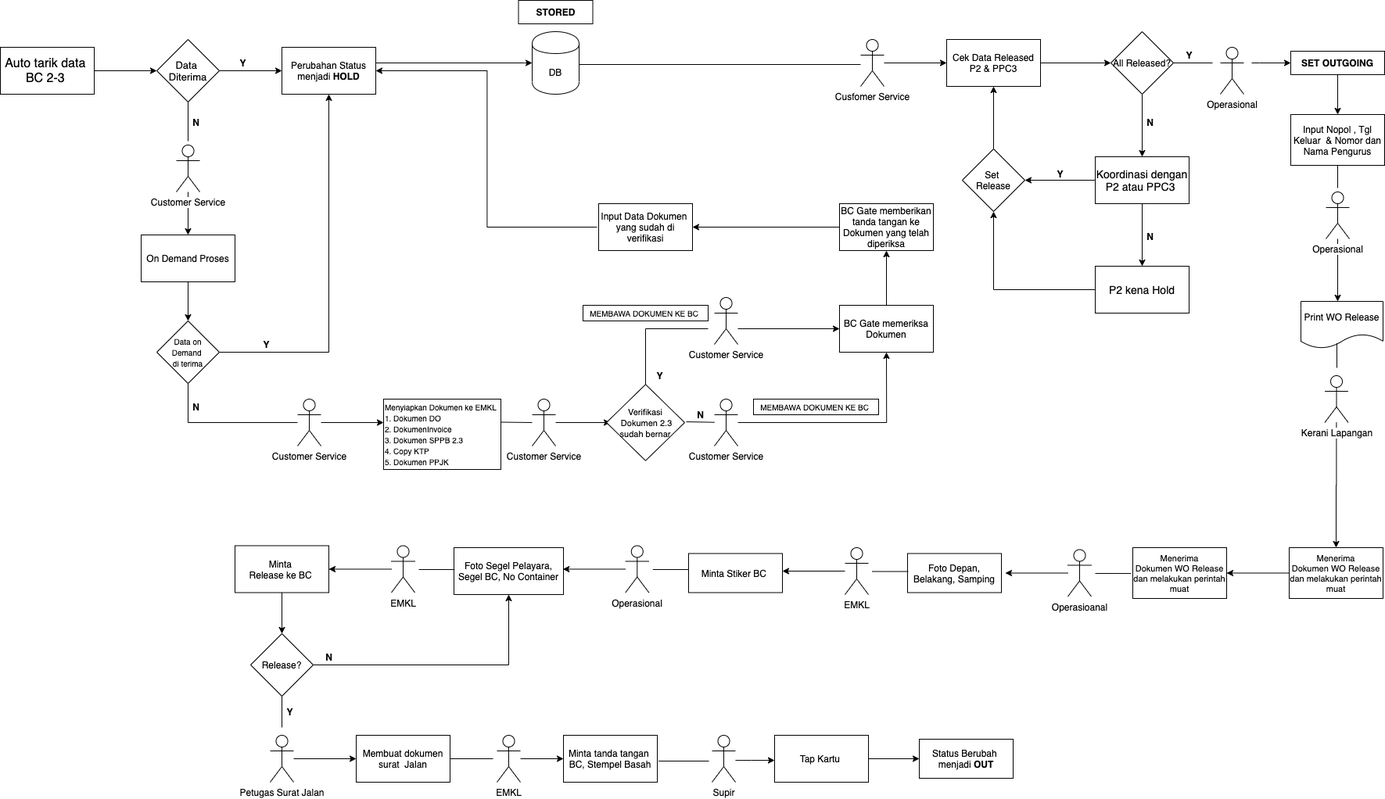
sftmm/User-Manual keeps this draw.io diagram as img/fcl23.png. Above is the earlier version. Source tidied: cells renumbered, new cells last; positions are measured from the earlier drawing's top-left corner, leaving out a move shared by most shapes.
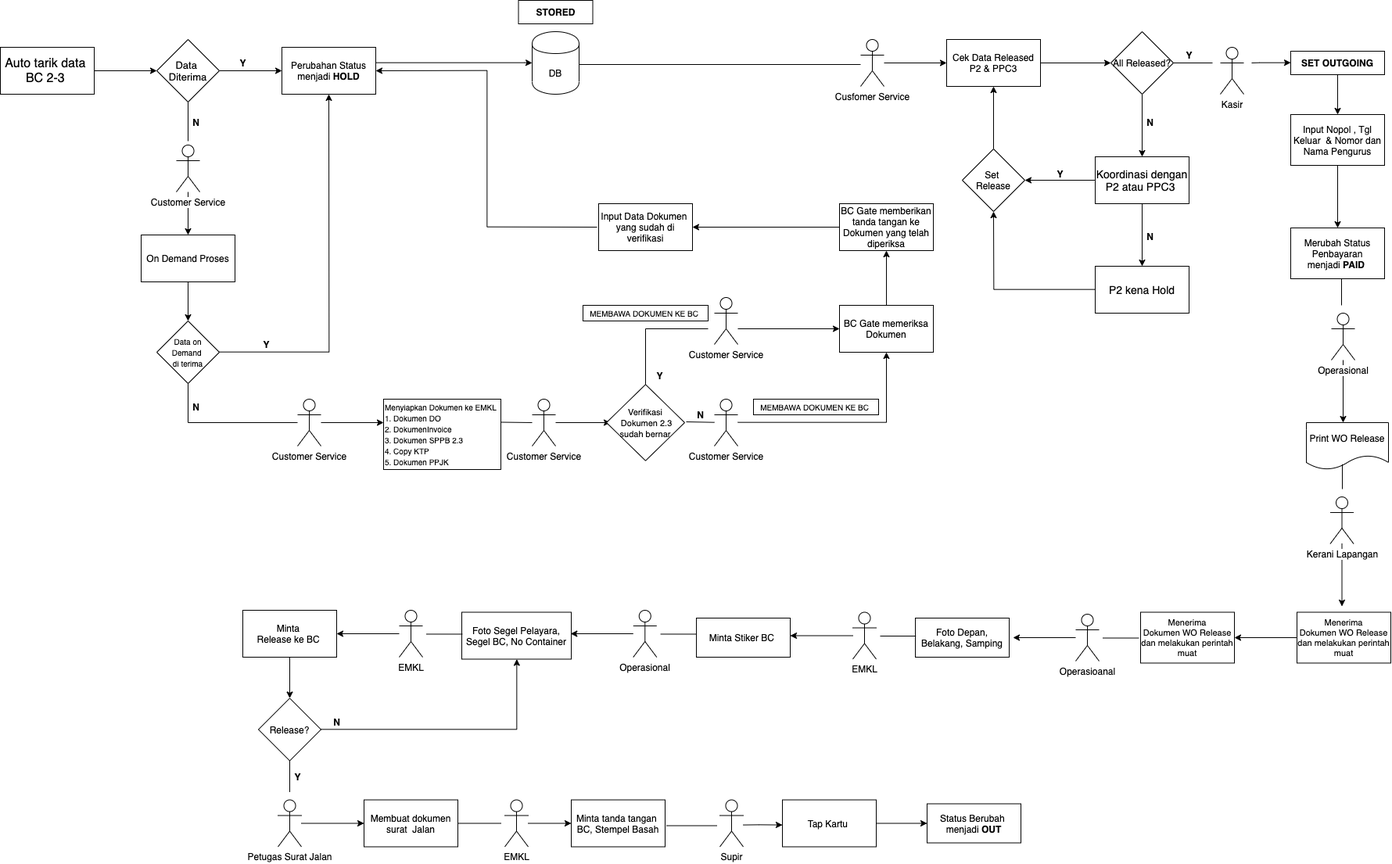
The same diagram one commit later.

Change to the diagram source:
```diff
@@ -155,15 +155,23 @@
         <mxPoint x="1550" y="80" as="targetPoint" />
       </mxGeometry>
     </mxCell>
-    <mxCell id="41" style="edgeStyle=orthogonalEdgeStyle;rounded=0;jettySize=auto;html=1;" parent="1" edge="1" source="42" target="63">
-      <mxGeometry relative="1" as="geometry" />
-    </mxCell>
+    <mxCell id="116" style="edgeStyle=orthogonalEdgeStyle;rounded=0;jettySize=auto;html=1;" parent="1" edge="1" source="42">
+      <mxGeometry relative="1" as="geometry">
+        <mxPoint x="1715.5" y="775" as="targetPoint" />
+      </mxGeometry>
+    </mxCell>
     <mxCell id="42" value="Kerani Lapangan" style="shape=umlActor;verticalLabelPosition=bottom;labelBackgroundColor=#ffffff;verticalAlign=top;html=1;outlineConnect=0;" parent="1" vertex="1">
-      <mxGeometry x="1693.5" y="480" width="30" height="60" as="geometry" />
+      <mxGeometry x="1700.5" y="635" width="30" height="60" as="geometry" />
     </mxCell>
+    <mxCell id="117" style="edgeStyle=orthogonalEdgeStyle;rounded=0;jettySize=auto;html=1;" parent="1" edge="1" source="43" target="118">
+      <mxGeometry relative="1" as="geometry" />
+    </mxCell>
     <mxCell id="43" value="&lt;p class=&quot;MsoNormal&quot; align=&quot;center&quot;&gt;Input Nopol , Tgl Keluar&amp;nbsp; &amp;amp; Nomor dan Nama Pengurus&lt;/p&gt;" style="rounded=0;whiteSpace=wrap;html=1;align=center;" parent="1" vertex="1">
       <mxGeometry x="1650" y="146" width="120" height="65" as="geometry" />
     </mxCell>
+    <mxCell id="118" value="&lt;p class=&quot;MsoNormal&quot; align=&quot;center&quot;&gt;Merubah Status Penbayaran menjadi&amp;nbsp;&lt;b&gt;PAID&lt;/b&gt;&amp;nbsp;&lt;br&gt;&lt;/p&gt;" style="rounded=0;whiteSpace=wrap;html=1;align=center;" parent="1" vertex="1">
+      <mxGeometry x="1650" y="291" width="120" height="65" as="geometry" />
+    </mxCell>
     <mxCell id="44" style="edgeStyle=orthogonalEdgeStyle;rounded=0;jettySize=auto;html=1;" parent="1" edge="1" source="45" target="43">
       <mxGeometry relative="1" as="geometry" />
     </mxCell>
@@ -171,19 +179,19 @@
       <mxGeometry x="1650" y="65" width="120" height="30" as="geometry" />
     </mxCell>
     <mxCell id="46" value="&lt;p class=&quot;MsoNormal&quot; align=&quot;center&quot;&gt;Foto Segel Pelayara, Segel BC, No Container&lt;/p&gt;" style="rounded=0;whiteSpace=wrap;html=1;align=center;" parent="1" vertex="1">
-      <mxGeometry x="580" y="700" width="140" height="60" as="geometry" />
+      <mxGeometry x="590" y="782.5" width="140" height="60" as="geometry" />
     </mxCell>
     <mxCell id="47" value="Membuat dokumen surat&amp;nbsp; Jalan" style="rounded=0;whiteSpace=wrap;html=1;align=center;" parent="1" vertex="1">
-      <mxGeometry x="455" y="940" width="120" height="60" as="geometry" />
+      <mxGeometry x="465" y="1022.5" width="120" height="60" as="geometry" />
     </mxCell>
     <mxCell id="48" style="edgeStyle=orthogonalEdgeStyle;rounded=0;jettySize=auto;html=1;" parent="1" edge="1" source="49" target="50">
       <mxGeometry relative="1" as="geometry" />
     </mxCell>
     <mxCell id="49" value="Tap Kartu&amp;nbsp;" style="rounded=0;whiteSpace=wrap;html=1;align=center;" parent="1" vertex="1">
-      <mxGeometry x="990" y="940" width="120" height="60" as="geometry" />
+      <mxGeometry x="1000" y="1022.5" width="120" height="60" as="geometry" />
     </mxCell>
     <mxCell id="50" value="Status Berubah&amp;nbsp;&lt;br&gt;menjadi &lt;b&gt;OUT&lt;/b&gt;" style="rounded=0;whiteSpace=wrap;html=1;align=center;" parent="1" vertex="1">
-      <mxGeometry x="1175" y="945" width="120" height="50" as="geometry" />
+      <mxGeometry x="1185" y="1027.5" width="120" height="50" as="geometry" />
     </mxCell>
     <mxCell id="51" value="&lt;b&gt;Y&lt;/b&gt;" style="text;html=1;align=center;verticalAlign=middle;" parent="1" vertex="1">
       <mxGeometry x="1510" y="60" width="20" height="20" as="geometry" />
@@ -210,7 +218,7 @@
       <mxGeometry x="240" y="146" width="20" height="20" as="geometry" />
     </mxCell>
     <mxCell id="59" value="Print WO Release" style="shape=document;whiteSpace=wrap;html=1;boundedLbl=1;" parent="1" vertex="1">
-      <mxGeometry x="1663" y="385" width="105" height="60" as="geometry" />
+      <mxGeometry x="1670" y="540" width="105" height="60" as="geometry" />
     </mxCell>
     <mxCell id="60" style="edgeStyle=orthogonalEdgeStyle;rounded=0;jettySize=auto;html=1;" parent="1" edge="1" target="45">
       <mxGeometry relative="1" as="geometry">
@@ -221,160 +229,155 @@
         </Array>
       </mxGeometry>
     </mxCell>
-    <mxCell id="61" value="Operasional" style="shape=umlActor;verticalLabelPosition=bottom;labelBackgroundColor=#ffffff;verticalAlign=top;html=1;" parent="1" vertex="1">
+    <mxCell id="61" value="Kasir" style="shape=umlActor;verticalLabelPosition=bottom;labelBackgroundColor=#ffffff;verticalAlign=top;html=1;" parent="1" vertex="1">
       <mxGeometry x="1560" y="60" width="30" height="60" as="geometry" />
     </mxCell>
     <mxCell id="62" style="edgeStyle=orthogonalEdgeStyle;rounded=0;jettySize=auto;html=1;" parent="1" edge="1" source="63" target="64">
       <mxGeometry relative="1" as="geometry" />
     </mxCell>
     <mxCell id="63" value="&lt;p class=&quot;MsoNormal&quot; align=&quot;center&quot; style=&quot;font-size: 11px&quot;&gt;&lt;font style=&quot;font-size: 11px&quot;&gt;Menerima Dokumen&amp;nbsp;&lt;/font&gt;&lt;span&gt;WO Release dan melakukan perintah muat&lt;/span&gt;&lt;/p&gt;" style="rounded=0;whiteSpace=wrap;html=1;align=center;" parent="1" vertex="1">
-      <mxGeometry x="1648" y="700" width="120" height="65" as="geometry" />
+      <mxGeometry x="1658" y="782.5" width="120" height="65" as="geometry" />
     </mxCell>
     <mxCell id="64" value="&lt;p class=&quot;MsoNormal&quot; align=&quot;center&quot; style=&quot;font-size: 11px&quot;&gt;&lt;font style=&quot;font-size: 11px&quot;&gt;Menerima Dokumen&amp;nbsp;&lt;/font&gt;&lt;span&gt;WO Release dan melakukan perintah muat&lt;/span&gt;&lt;/p&gt;" style="rounded=0;whiteSpace=wrap;html=1;align=center;" parent="1" vertex="1">
-      <mxGeometry x="1448" y="700" width="120" height="65" as="geometry" />
+      <mxGeometry x="1458" y="782.5" width="120" height="65" as="geometry" />
     </mxCell>
     <mxCell id="65" style="edgeStyle=orthogonalEdgeStyle;rounded=0;jettySize=auto;html=1;" parent="1" edge="1" source="66">
       <mxGeometry relative="1" as="geometry">
-        <mxPoint x="455" y="970" as="targetPoint" />
+        <mxPoint x="465" y="1052.5" as="targetPoint" />
       </mxGeometry>
     </mxCell>
     <mxCell id="66" value="Petugas Surat Jalan" style="shape=umlActor;verticalLabelPosition=bottom;labelBackgroundColor=#ffffff;verticalAlign=top;html=1;outlineConnect=0;" parent="1" vertex="1">
-      <mxGeometry x="345" y="940" width="30" height="60" as="geometry" />
+      <mxGeometry x="355" y="1022.5" width="30" height="60" as="geometry" />
     </mxCell>
     <mxCell id="67" style="edgeStyle=orthogonalEdgeStyle;rounded=0;jettySize=auto;html=1;" parent="1" edge="1" source="68" target="70">
       <mxGeometry relative="1" as="geometry" />
     </mxCell>
     <mxCell id="68" value="EMKL" style="shape=umlActor;verticalLabelPosition=bottom;labelBackgroundColor=#ffffff;verticalAlign=top;html=1;outlineConnect=0;" parent="1" vertex="1">
-      <mxGeometry x="635" y="940" width="30" height="60" as="geometry" />
+      <mxGeometry x="645" y="1022.5" width="30" height="60" as="geometry" />
     </mxCell>
     <mxCell id="69" style="endArrow=none;html=1;entryX=1;entryY=0.5;entryDx=0;entryDy=0;" parent="1" edge="1" target="47">
       <mxGeometry relative="1" as="geometry">
-        <mxPoint x="630" y="970" as="sourcePoint" />
+        <mxPoint x="640" y="1052.5" as="sourcePoint" />
       </mxGeometry>
     </mxCell>
     <mxCell id="70" value="Minta tanda tangan&amp;nbsp;&lt;br&gt;BC, Stempel Basah" style="rounded=0;whiteSpace=wrap;html=1;align=center;" parent="1" vertex="1">
-      <mxGeometry x="720" y="940" width="120" height="60" as="geometry" />
+      <mxGeometry x="730" y="1022.5" width="120" height="60" as="geometry" />
     </mxCell>
     <mxCell id="71" style="edgeStyle=orthogonalEdgeStyle;rounded=0;jettySize=auto;html=1;" parent="1" edge="1" source="72" target="74">
       <mxGeometry relative="1" as="geometry" />
     </mxCell>
     <mxCell id="72" value="&lt;font style=&quot;font-size: 12px&quot;&gt;&lt;span style=&quot;white-space: normal&quot;&gt;Minta&amp;nbsp;&lt;/span&gt;&lt;br style=&quot;white-space: normal&quot;&gt;&lt;span style=&quot;white-space: normal&quot;&gt;Release&amp;nbsp;&lt;/span&gt;&lt;span style=&quot;white-space: normal&quot;&gt;ke BC&lt;/span&gt;&lt;/font&gt;&lt;span style=&quot;font-size: 10px ; white-space: normal&quot;&gt;&amp;nbsp;&lt;/span&gt;" style="rounded=0;whiteSpace=wrap;html=1;" parent="1" vertex="1">
-      <mxGeometry x="300" y="697.5" width="120" height="60" as="geometry" />
+      <mxGeometry x="310" y="780" width="120" height="60" as="geometry" />
     </mxCell>
     <mxCell id="73" style="edgeStyle=orthogonalEdgeStyle;rounded=0;jettySize=auto;html=1;" parent="1" edge="1" source="74" target="46">
       <mxGeometry relative="1" as="geometry" />
     </mxCell>
     <mxCell id="74" value="Release?" style="rhombus;whiteSpace=wrap;html=1;" parent="1" vertex="1">
-      <mxGeometry x="320" y="810" width="80" height="80" as="geometry" />
+      <mxGeometry x="330" y="892.5" width="80" height="80" as="geometry" />
     </mxCell>
     <mxCell id="75" style="endArrow=none;html=1;entryX=0.5;entryY=1;entryDx=0;entryDy=0;" parent="1" edge="1" target="74">
       <mxGeometry relative="1" as="geometry">
-        <mxPoint x="360" y="930" as="sourcePoint" />
+        <mxPoint x="370" y="1012.5" as="sourcePoint" />
       </mxGeometry>
     </mxCell>
     <mxCell id="76" value="&lt;b&gt;Y&lt;/b&gt;" style="text;html=1;align=center;verticalAlign=middle;" parent="1" vertex="1">
-      <mxGeometry x="360" y="900" width="20" height="20" as="geometry" />
+      <mxGeometry x="370" y="982.5" width="20" height="20" as="geometry" />
     </mxCell>
     <mxCell id="77" value="&lt;b&gt;N&lt;/b&gt;" style="text;html=1;align=center;verticalAlign=middle;" parent="1" vertex="1">
-      <mxGeometry x="410" y="830" width="20" height="20" as="geometry" />
+      <mxGeometry x="420" y="912.5" width="20" height="20" as="geometry" />
     </mxCell>
     <mxCell id="78" style="endArrow=none;html=1;entryX=1.047;entryY=0.55;entryDx=0;entryDy=0;entryPerimeter=0;" parent="1" edge="1">
       <mxGeometry relative="1" as="geometry">
-        <mxPoint x="906" y="973" as="sourcePoint" />
-        <mxPoint x="841.6" y="973" as="targetPoint" />
+        <mxPoint x="916" y="1055.5" as="sourcePoint" />
+        <mxPoint x="851.6" y="1055.5" as="targetPoint" />
       </mxGeometry>
     </mxCell>
     <mxCell id="79" style="edgeStyle=orthogonalEdgeStyle;rounded=0;orthogonalLoop=1;jettySize=auto;html=1;" parent="1" edge="1">
       <mxGeometry relative="1" as="geometry">
-        <mxPoint x="940" y="972.1" as="sourcePoint" />
-        <mxPoint x="990" y="972.1" as="targetPoint" />
+        <mxPoint x="950" y="1054.6" as="sourcePoint" />
+        <mxPoint x="1000" y="1054.6" as="targetPoint" />
         <Array as="points">
-          <mxPoint x="960" y="972" />
-          <mxPoint x="960" y="972" />
+          <mxPoint x="970" y="1054.5" />
+          <mxPoint x="970" y="1054.5" />
         </Array>
       </mxGeometry>
     </mxCell>
     <mxCell id="80" value="Supir" style="shape=umlActor;verticalLabelPosition=bottom;labelBackgroundColor=#ffffff;verticalAlign=top;html=1;" parent="1" vertex="1">
-      <mxGeometry x="910" y="940" width="30" height="60" as="geometry" />
+      <mxGeometry x="920" y="1022.5" width="30" height="60" as="geometry" />
     </mxCell>
     <mxCell id="81" style="edgeStyle=orthogonalEdgeStyle;rounded=0;jettySize=auto;html=1;" parent="1" edge="1" source="82">
       <mxGeometry relative="1" as="geometry">
-        <mxPoint x="1285" y="732.5" as="targetPoint" />
+        <mxPoint x="1295" y="815" as="targetPoint" />
       </mxGeometry>
     </mxCell>
     <mxCell id="82" value="Operasioanal" style="shape=umlActor;verticalLabelPosition=bottom;labelBackgroundColor=#ffffff;verticalAlign=top;html=1;outlineConnect=0;" parent="1" vertex="1">
-      <mxGeometry x="1365" y="702.5" width="30" height="60" as="geometry" />
+      <mxGeometry x="1375" y="785" width="30" height="60" as="geometry" />
     </mxCell>
     <mxCell id="83" value="Foto Depan, Belakang, Samping" style="rounded=0;whiteSpace=wrap;html=1;align=center;" parent="1" vertex="1">
-      <mxGeometry x="1160" y="707.5" width="120" height="50" as="geometry" />
+      <mxGeometry x="1170" y="790" width="120" height="50" as="geometry" />
     </mxCell>
     <mxCell id="84" value="Minta Stiker BC&amp;nbsp;" style="rounded=0;whiteSpace=wrap;html=1;align=center;" parent="1" vertex="1">
-      <mxGeometry x="880" y="707.5" width="120" height="50" as="geometry" />
+      <mxGeometry x="890" y="790" width="120" height="50" as="geometry" />
     </mxCell>
     <mxCell id="85" style="edgeStyle=orthogonalEdgeStyle;rounded=0;jettySize=auto;html=1;" parent="1" edge="1" source="86">
       <mxGeometry relative="1" as="geometry">
-        <mxPoint x="1710" y="385" as="targetPoint" />
+        <mxPoint x="1717" y="540" as="targetPoint" />
       </mxGeometry>
     </mxCell>
     <mxCell id="86" value="Operasional" style="shape=umlActor;verticalLabelPosition=bottom;labelBackgroundColor=#ffffff;verticalAlign=top;html=1;outlineConnect=0;" parent="1" vertex="1">
-      <mxGeometry x="1695" y="245" width="30" height="60" as="geometry" />
+      <mxGeometry x="1702" y="400" width="30" height="60" as="geometry" />
     </mxCell>
-    <mxCell id="87" style="endArrow=none;html=1;exitX=0.5;exitY=1;exitDx=0;exitDy=0;" parent="1" edge="1" source="43">
-      <mxGeometry relative="1" as="geometry">
-        <mxPoint x="1710" y="240" as="targetPoint" />
-      </mxGeometry>
-    </mxCell>
     <mxCell id="88" style="endArrow=none;html=1;exitX=0.495;exitY=0.889;exitDx=0;exitDy=0;exitPerimeter=0;" parent="1" edge="1">
       <mxGeometry relative="1" as="geometry">
-        <mxPoint x="1709" y="438.3" as="sourcePoint" />
-        <mxPoint x="1709" y="470" as="targetPoint" />
+        <mxPoint x="1716" y="593.3" as="sourcePoint" />
+        <mxPoint x="1716" y="625" as="targetPoint" />
       </mxGeometry>
     </mxCell>
     <mxCell id="89" style="endArrow=none;html=1;entryX=-0.019;entryY=0.508;entryDx=0;entryDy=0;entryPerimeter=0;" parent="1" edge="1" target="64">
       <mxGeometry relative="1" as="geometry">
-        <mxPoint x="1400" y="733" as="sourcePoint" />
+        <mxPoint x="1410" y="815.5" as="sourcePoint" />
       </mxGeometry>
     </mxCell>
     <mxCell id="90" style="edgeStyle=orthogonalEdgeStyle;rounded=0;jettySize=auto;html=1;" parent="1" edge="1" source="91">
       <mxGeometry relative="1" as="geometry">
-        <mxPoint x="1000" y="730" as="targetPoint" />
+        <mxPoint x="1010" y="812.5" as="targetPoint" />
       </mxGeometry>
     </mxCell>
     <mxCell id="91" value="EMKL" style="shape=umlActor;verticalLabelPosition=bottom;labelBackgroundColor=#ffffff;verticalAlign=top;html=1;outlineConnect=0;" parent="1" vertex="1">
-      <mxGeometry x="1080" y="700" width="30" height="60" as="geometry" />
+      <mxGeometry x="1090" y="782.5" width="30" height="60" as="geometry" />
     </mxCell>
     <mxCell id="92" style="endArrow=none;html=1;entryX=-0.019;entryY=0.508;entryDx=0;entryDy=0;entryPerimeter=0;" parent="1" edge="1">
       <mxGeometry relative="1" as="geometry">
-        <mxPoint x="1115" y="730.5" as="sourcePoint" />
-        <mxPoint x="1160.7" y="730.5" as="targetPoint" />
+        <mxPoint x="1125" y="813" as="sourcePoint" />
+        <mxPoint x="1170.7" y="813" as="targetPoint" />
       </mxGeometry>
     </mxCell>
     <mxCell id="93" style="edgeStyle=orthogonalEdgeStyle;rounded=0;jettySize=auto;html=1;" parent="1" edge="1" source="94">
       <mxGeometry relative="1" as="geometry">
-        <mxPoint x="719.3" y="727.5" as="targetPoint" />
+        <mxPoint x="729.3" y="810" as="targetPoint" />
       </mxGeometry>
     </mxCell>
     <mxCell id="94" value="Operasional" style="shape=umlActor;verticalLabelPosition=bottom;labelBackgroundColor=#ffffff;verticalAlign=top;html=1;outlineConnect=0;" parent="1" vertex="1">
-      <mxGeometry x="799.3" y="697.5" width="30" height="60" as="geometry" />
+      <mxGeometry x="809.3" y="780" width="30" height="60" as="geometry" />
     </mxCell>
     <mxCell id="95" style="endArrow=none;html=1;entryX=-0.019;entryY=0.508;entryDx=0;entryDy=0;entryPerimeter=0;" parent="1" edge="1">
       <mxGeometry relative="1" as="geometry">
-        <mxPoint x="834.3" y="728" as="sourcePoint" />
-        <mxPoint x="880" y="728" as="targetPoint" />
+        <mxPoint x="844.3" y="810.5" as="sourcePoint" />
+        <mxPoint x="890" y="810.5" as="targetPoint" />
       </mxGeometry>
     </mxCell>
     <mxCell id="96" style="edgeStyle=orthogonalEdgeStyle;rounded=0;jettySize=auto;html=1;" parent="1" edge="1" source="97">
       <mxGeometry relative="1" as="geometry">
-        <mxPoint x="420" y="727.5" as="targetPoint" />
+        <mxPoint x="430" y="810" as="targetPoint" />
       </mxGeometry>
     </mxCell>
     <mxCell id="97" value="EMKL" style="shape=umlActor;verticalLabelPosition=bottom;labelBackgroundColor=#ffffff;verticalAlign=top;html=1;outlineConnect=0;" parent="1" vertex="1">
-      <mxGeometry x="500" y="697.5" width="30" height="60" as="geometry" />
+      <mxGeometry x="510" y="780" width="30" height="60" as="geometry" />
     </mxCell>
     <mxCell id="98" style="endArrow=none;html=1;entryX=-0.019;entryY=0.508;entryDx=0;entryDy=0;entryPerimeter=0;" parent="1" edge="1">
       <mxGeometry relative="1" as="geometry">
-        <mxPoint x="535" y="728" as="sourcePoint" />
-        <mxPoint x="580.7" y="728" as="targetPoint" />
+        <mxPoint x="545" y="810.5" as="sourcePoint" />
+        <mxPoint x="590.7" y="810.5" as="targetPoint" />
       </mxGeometry>
     </mxCell>
     <mxCell id="99" value="&lt;font style=&quot;font-size: 11px&quot;&gt;Verifikasi&lt;br&gt;&amp;nbsp;Dokumen 2.3 sudah bernar&lt;/font&gt;" style="rhombus;whiteSpace=wrap;html=1;" parent="1" vertex="1">
@@ -437,5 +440,11 @@
     <mxCell id="115" style="endArrow=none;html=1;entryX=1.02;entryY=0.49;entryDx=0;entryDy=0;entryPerimeter=0;" parent="1" edge="1" source="101" target="99">
       <mxGeometry relative="1" as="geometry" />
     </mxCell>
+    <mxCell id="119" style="endArrow=none;html=1;" parent="1" edge="1">
+      <mxGeometry relative="1" as="geometry">
+        <mxPoint x="1715" y="356" as="sourcePoint" />
+        <mxPoint x="1715" y="390" as="targetPoint" />
+      </mxGeometry>
+    </mxCell>
   </root>
 </mxGraphModel>
```
